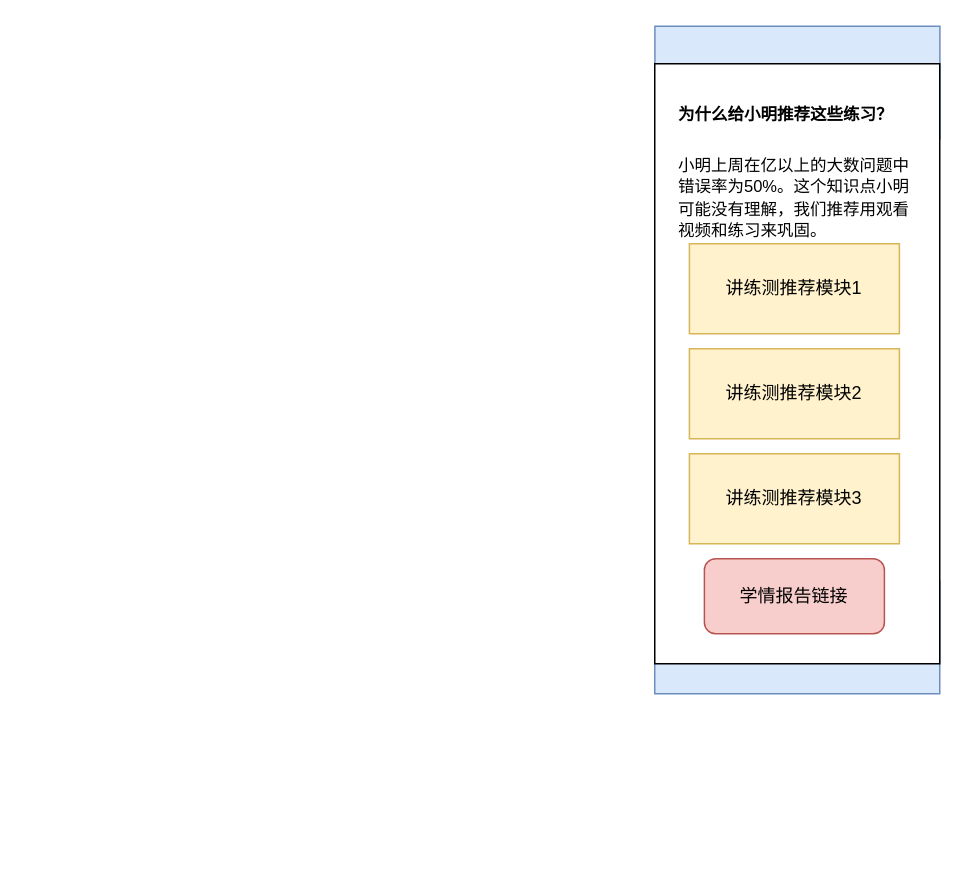
Before: parent_nudge_learn_practice_module.drawio in henrishi/drawio, a draw.io diagram. Source tidied: cells renumbered, new cells numbered last; positions are measured from the earlier drawing's top-left corner, leaving out a move shared by most shapes. Both pictures are drawn from the tidied source at 150%, with x=0, y=0 at pixel (654, 26).
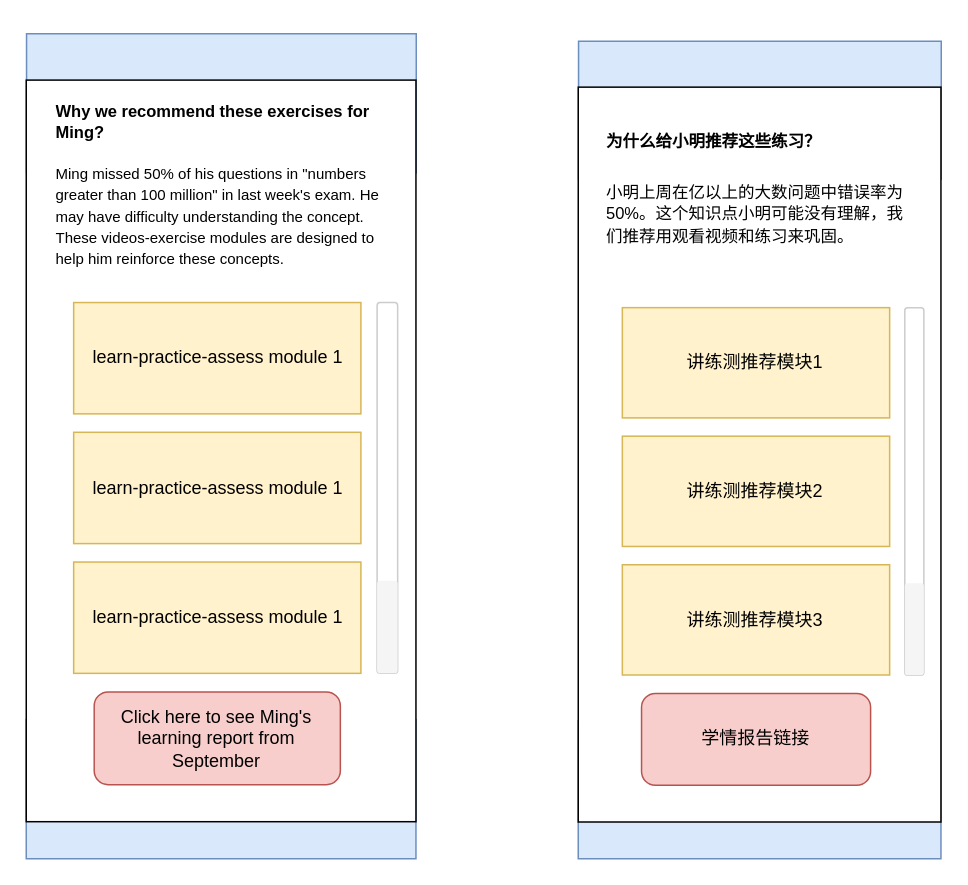
After the change.

Diff of the diagram source:
```diff
@@
-    <mxCell id="2" style="rounded=0;whiteSpace=wrap;html=1;fillColor=#dae8fc;strokeColor=#6c8ebf;" parent="1" vertex="1">
-      <mxGeometry x="0.1" width="190" height="75" as="geometry" />
-    </mxCell>
-    <mxCell id="3" style="rounded=0;whiteSpace=wrap;html=1;fillColor=#dae8fc;strokeColor=#6c8ebf;" parent="1" vertex="1">
-      <mxGeometry y="370" width="190" height="75" as="geometry" />
-    </mxCell>
-    <mxCell id="4" style="rounded=0;whiteSpace=wrap;html=1;" parent="1" vertex="1">
-      <mxGeometry y="25" width="190" height="400" as="geometry" />
-    </mxCell>
+    <mxCell id="10" style="group;" parent="1" vertex="1">
+      <mxGeometry x="-419" y="5" width="260" height="550" as="geometry" />
+    </mxCell>
+    <mxCell id="11" style="rounded=0;whiteSpace=wrap;html=1;fillColor=#dae8fc;strokeColor=#6c8ebf;" parent="10" vertex="1">
+      <mxGeometry y="457.3" width="259.8" height="92.7" as="geometry" />
+    </mxCell>
+    <mxCell id="12" style="rounded=0;whiteSpace=wrap;html=1;fillColor=#dae8fc;strokeColor=#6c8ebf;" parent="10" vertex="1">
+      <mxGeometry x="0.2" width="259.8" height="92.7" as="geometry" />
+    </mxCell>
+    <mxCell id="13" style="rounded=0;whiteSpace=wrap;html=1;" parent="10" vertex="1">
+      <mxGeometry y="30.9" width="259.8" height="494.4" as="geometry" />
+    </mxCell>
+    <mxCell id="14" value="&lt;p&gt;&lt;span style=&quot;font-size: 11px&quot;&gt;&lt;b&gt;Why we recommend these exercises for Ming?&lt;/b&gt;&lt;/span&gt;&lt;/p&gt;&lt;p&gt;&lt;font&gt;&lt;font style=&quot;font-size: 10px&quot;&gt;Ming missed 50% of his questions in &quot;numbers greater than 100 million&quot; in last week's exam. He may have difficulty understanding the concept. These videos-exercise modules are designed to help him reinforce these concepts.&amp;nbsp;&lt;/font&gt;&lt;/font&gt;&lt;/p&gt;" style="text;html=1;strokeColor=none;fillColor=none;spacing=5;spacingTop=-20;whiteSpace=wrap;overflow=hidden;rounded=0;" parent="10" vertex="1">
+      <mxGeometry x="15" y="43.3" width="232.5" height="126.7" as="geometry" />
+    </mxCell>
+    <mxCell id="15" style="rounded=1;whiteSpace=wrap;html=1;strokeColor=#CCCCCC;" parent="10" vertex="1">
+      <mxGeometry x="233.9" y="179.2" width="13.7" height="247.2" as="geometry" />
+    </mxCell>
+    <mxCell id="16" value="Click here to see Ming's learning report from September" style="rounded=1;whiteSpace=wrap;html=1;fillColor=#f8cecc;strokeColor=#b85450;" parent="10" vertex="1">
+      <mxGeometry x="45.3" y="438.8" width="164.1" height="61.8" as="geometry" />
+    </mxCell>
+    <mxCell id="17" value="learn-practice-assess module 1" style="rounded=0;whiteSpace=wrap;html=1;fillColor=#fff2cc;strokeColor=#d6b656;" parent="10" vertex="1">
+      <mxGeometry x="31.6" y="179.2" width="191.5" height="74.2" as="geometry" />
+    </mxCell>
+    <mxCell id="18" value="learn-practice-assess module 1" style="rounded=0;whiteSpace=wrap;html=1;fillColor=#fff2cc;strokeColor=#d6b656;" parent="10" vertex="1">
+      <mxGeometry x="31.6" y="265.7" width="191.5" height="74.2" as="geometry" />
+    </mxCell>
+    <mxCell id="19" value="learn-practice-assess module 1" style="rounded=0;whiteSpace=wrap;html=1;fillColor=#fff2cc;strokeColor=#d6b656;" parent="10" vertex="1">
+      <mxGeometry x="31.6" y="352.2" width="191.5" height="74.2" as="geometry" />
+    </mxCell>
+    <mxCell id="20" style="rounded=1;whiteSpace=wrap;html=1;fillColor=#f5f5f5;fontColor=#333333;strokeColor=none;" parent="10" vertex="1">
+      <mxGeometry x="233.9" y="364.6" width="13.7" height="61.8" as="geometry" />
+    </mxCell>
+    <mxCell id="21" style="group;" parent="1" vertex="1">
+      <mxGeometry x="-51" y="10" width="242" height="545" as="geometry" />
+    </mxCell>
+    <mxCell id="22" style="rounded=0;whiteSpace=wrap;html=1;fillColor=#dae8fc;strokeColor=#6c8ebf;" parent="21" vertex="1">
+      <mxGeometry y="453.1" width="241.8" height="91.9" as="geometry" />
+    </mxCell>
+    <mxCell id="23" style="rounded=0;whiteSpace=wrap;html=1;fillColor=#dae8fc;strokeColor=#6c8ebf;" parent="21" vertex="1">
+      <mxGeometry x="0.2" width="241.8" height="91.9" as="geometry" />
+    </mxCell>
+    <mxCell id="24" style="rounded=0;whiteSpace=wrap;html=1;" parent="21" vertex="1">
+      <mxGeometry y="30.6" width="241.8" height="489.9" as="geometry" />
+    </mxCell>
+    <mxCell id="7" value="&lt;h1&gt;&lt;font style=&quot;font-size: 11px&quot;&gt;为什么给小明推荐这些练习？&amp;nbsp;&lt;/font&gt;&lt;/h1&gt;&lt;div&gt;&lt;font&gt;&lt;span style=&quot;font-size: 11px&quot;&gt;小明上周在亿以上的大数问题中错误率为50%。这个知识点小明可能没有理解，我们推荐用观看视频和练习来巩固。&lt;/span&gt;&lt;br&gt;&lt;/font&gt;&lt;/div&gt;" style="text;html=1;strokeColor=none;fillColor=none;spacing=5;spacingTop=-20;whiteSpace=wrap;overflow=hidden;rounded=0;" parent="21" vertex="1">
+      <mxGeometry x="14" y="42.9" width="216.4" height="134.7" as="geometry" />
+    </mxCell>
+    <mxCell id="25" style="rounded=1;whiteSpace=wrap;html=1;strokeColor=#CCCCCC;" parent="21" vertex="1">
+      <mxGeometry x="217.7" y="177.6" width="12.7" height="244.9" as="geometry" />
+    </mxCell>
-    <mxCell id="5" value="学情报告链接" style="rounded=1;whiteSpace=wrap;html=1;fillColor=#f8cecc;strokeColor=#b85450;" parent="1" vertex="1">
-      <mxGeometry x="33.1" y="355" width="120" height="50" as="geometry" />
+    <mxCell id="5" value="学情报告链接" style="rounded=1;whiteSpace=wrap;html=1;fillColor=#f8cecc;strokeColor=#b85450;" parent="21" vertex="1">
+      <mxGeometry x="42.2" y="434.8" width="152.7" height="61.2" as="geometry" />
     </mxCell>
-    <mxCell id="6" value="讲练测推荐模块1" style="rounded=0;whiteSpace=wrap;html=1;fillColor=#fff2cc;strokeColor=#d6b656;" parent="1" vertex="1">
-      <mxGeometry x="23.1" y="145" width="140" height="60" as="geometry" />
+    <mxCell id="6" value="讲练测推荐模块1" style="rounded=0;whiteSpace=wrap;html=1;fillColor=#fff2cc;strokeColor=#d6b656;" parent="21" vertex="1">
+      <mxGeometry x="29.4" y="177.6" width="178.2" height="73.5" as="geometry" />
     </mxCell>
-    <mxCell id="7" value="&lt;h1&gt;&lt;font style=&quot;font-size: 11px&quot;&gt;为什么给小明推荐这些练习？&amp;nbsp;&lt;/font&gt;&lt;/h1&gt;&lt;div&gt;&lt;font&gt;&lt;span style=&quot;font-size: 11px&quot;&gt;小明上周在亿以上的大数问题中错误率为50%。这个知识点小明可能没有理解，我们推荐用观看视频和练习来巩固。&lt;/span&gt;&lt;br&gt;&lt;/font&gt;&lt;/div&gt;" style="text;html=1;strokeColor=none;fillColor=none;spacing=5;spacingTop=-20;whiteSpace=wrap;overflow=hidden;rounded=0;" parent="1" vertex="1">
-      <mxGeometry x="11" y="35" width="170" height="110" as="geometry" />
-    </mxCell>
-    <mxCell id="8" value="讲练测推荐模块2" style="rounded=0;whiteSpace=wrap;html=1;fillColor=#fff2cc;strokeColor=#d6b656;" parent="1" vertex="1">
-      <mxGeometry x="23.1" y="215" width="140" height="60" as="geometry" />
+    <mxCell id="8" value="讲练测推荐模块2" style="rounded=0;whiteSpace=wrap;html=1;fillColor=#fff2cc;strokeColor=#d6b656;" parent="21" vertex="1">
+      <mxGeometry x="29.4" y="263.3" width="178.2" height="73.5" as="geometry" />
     </mxCell>
-    <mxCell id="9" value="讲练测推荐模块3" style="rounded=0;whiteSpace=wrap;html=1;fillColor=#fff2cc;strokeColor=#d6b656;" parent="1" vertex="1">
-      <mxGeometry x="23.1" y="285" width="140" height="60" as="geometry" />
+    <mxCell id="9" value="讲练测推荐模块3" style="rounded=0;whiteSpace=wrap;html=1;fillColor=#fff2cc;strokeColor=#d6b656;" parent="21" vertex="1">
+      <mxGeometry x="29.4" y="349" width="178.2" height="73.5" as="geometry" />
     </mxCell>
+    <mxCell id="26" style="rounded=1;whiteSpace=wrap;html=1;fillColor=#f5f5f5;fontColor=#333333;strokeColor=none;" parent="21" vertex="1">
+      <mxGeometry x="217.7" y="361.3" width="12.7" height="61.2" as="geometry" />
+    </mxCell>
```
